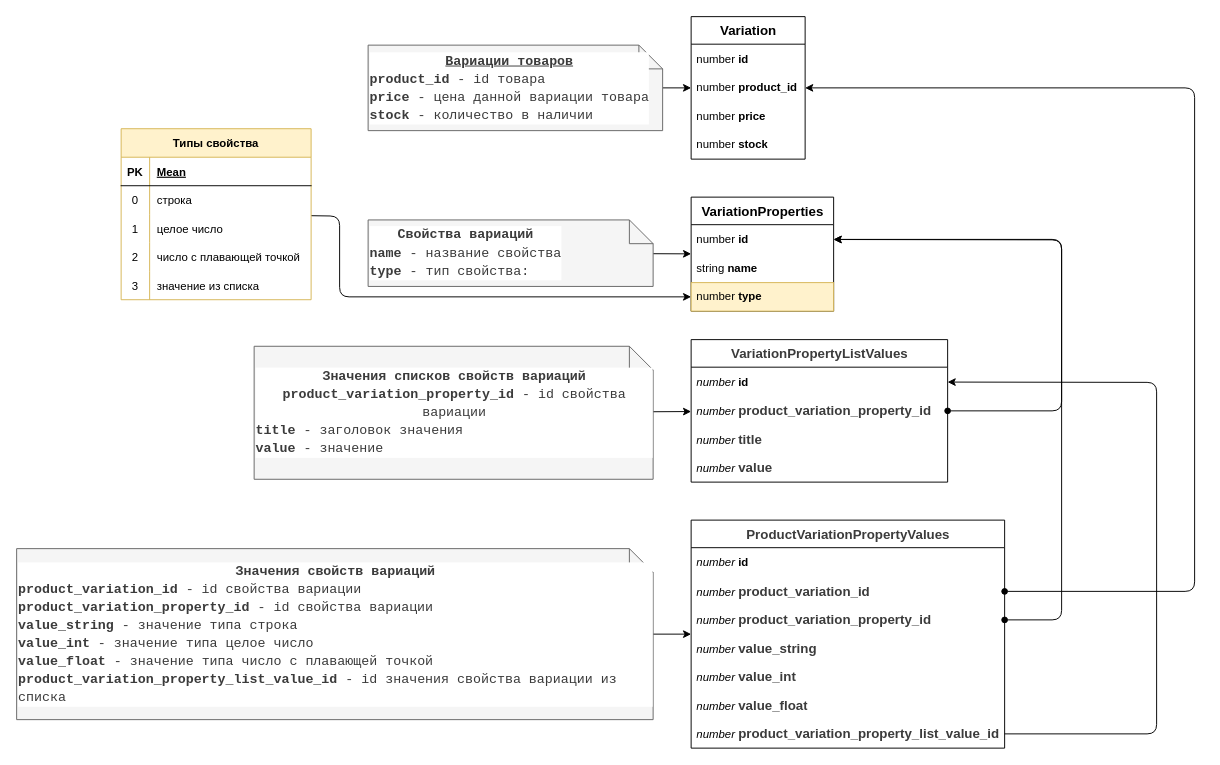
The draw.io diagram api.drawio in paveltretyakovru/test-r-orm, before the edit. Source tidied: cells renumbered, new cells numbered last; positions are measured from the earlier drawing's top-left corner, leaving out a move shared by most shapes. Both pictures are drawn from the tidied source at 95%, with x=0, y=0 at pixel (16, 16).
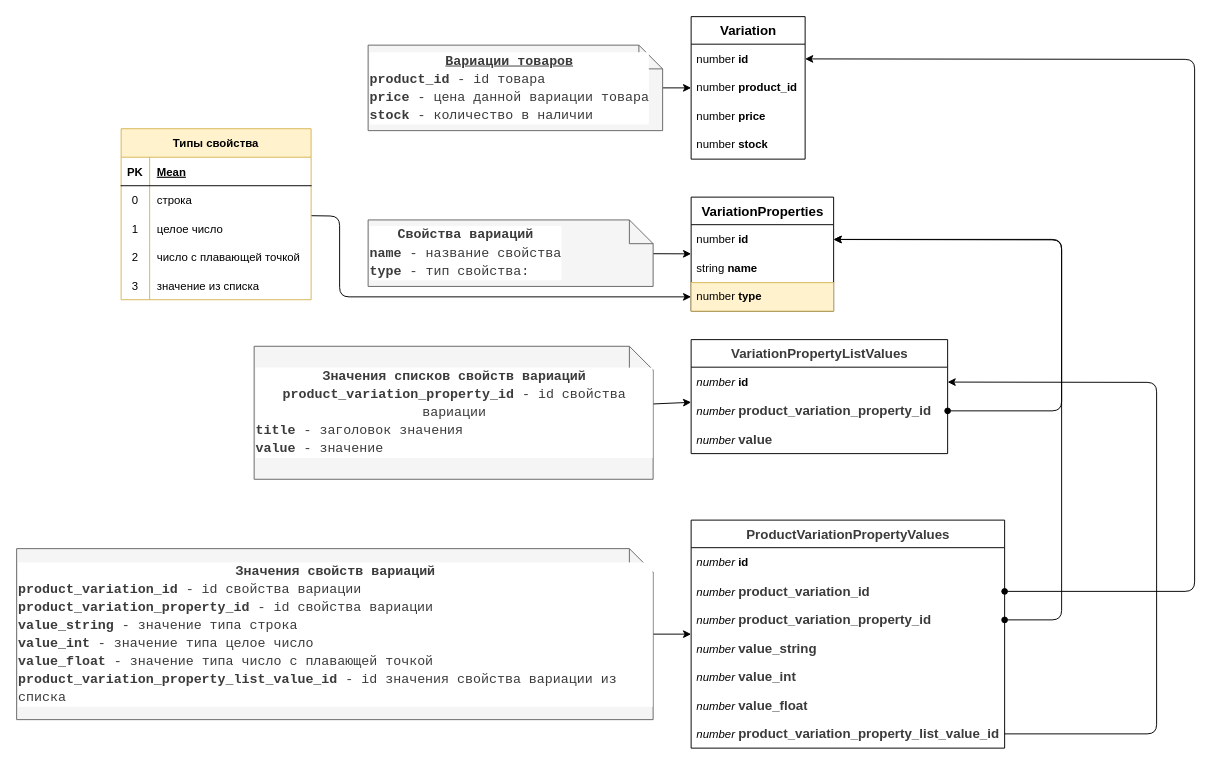
The same page after the edit.

Unchanged cells that the change refers to:
```xml
<mxCell id="3" value="number &lt;b&gt;id&lt;/b&gt;" style="text;html=1;strokeColor=none;fillColor=none;align=left;verticalAlign=middle;spacingLeft=4;spacingRight=4;overflow=hidden;points=[[0,0.5],[1,0.5]];portConstraint=eastwest;" parent="2" vertex="1">
  <mxGeometry y="29" width="120" height="31" as="geometry" />
</mxCell>
<mxCell id="4" value="number &lt;b&gt;product_id&lt;/b&gt;&lt;span style=&quot;background-color: initial;&quot;&gt;&lt;br&gt;&lt;/span&gt;" style="text;html=1;strokeColor=none;fillColor=none;align=left;verticalAlign=middle;spacingLeft=4;spacingRight=4;overflow=hidden;points=[[0,0.5],[1,0.5]];portConstraint=eastwest;" parent="2" vertex="1">
  <mxGeometry y="60" width="120" height="30" as="geometry" />
</mxCell>
<mxCell id="41" value="&lt;i&gt;number&amp;nbsp;&lt;/i&gt;&lt;span style=&quot;background-color: rgb(255, 255, 255); color: rgb(59, 59, 59); font-size: 14px;&quot;&gt;&lt;b&gt;product_variation_id&lt;/b&gt;&lt;/span&gt;" style="text;html=1;strokeColor=none;fillColor=none;align=left;verticalAlign=middle;spacingLeft=4;spacingRight=4;overflow=hidden;points=[[0,0.5],[1,0.5]];portConstraint=eastwest;fontFamily=Helvetica;" parent="39" vertex="1">
  <mxGeometry y="60" width="330" height="30" as="geometry" />
</mxCell>
```

Change to the diagram source:
```diff
@@
     <mxCell id="32" value="&lt;div style=&quot;color: rgb(59, 59, 59); background-color: rgb(255, 255, 255); font-size: 14px; line-height: 19px;&quot;&gt;VariationPropertyListValues&lt;/div&gt;" style="swimlane;fontStyle=1;align=center;verticalAlign=middle;horizontal=1;startSize=29;html=1;fontFamily=Helvetica;" parent="1" vertex="1">
-      <mxGeometry x="710" y="340" width="270" height="150" as="geometry" />
+      <mxGeometry x="710" y="340" width="270" height="120" as="geometry" />
     </mxCell>
@@
-    <mxCell id="35" value="&lt;i&gt;number&lt;/i&gt;&amp;nbsp;&lt;span style=&quot;background-color: rgb(255, 255, 255); color: rgb(59, 59, 59); font-size: 14px;&quot;&gt;&lt;b style=&quot;&quot;&gt;title&lt;/b&gt;&lt;/span&gt;" style="text;html=1;strokeColor=none;fillColor=none;align=left;verticalAlign=middle;spacingLeft=4;spacingRight=4;overflow=hidden;" parent="32" vertex="1">
-      <mxGeometry y="90" width="270" height="30" as="geometry" />
-    </mxCell>
     <mxCell id="36" value="&lt;i&gt;number&lt;/i&gt;&amp;nbsp;&lt;span style=&quot;background-color: rgb(255, 255, 255); color: rgb(59, 59, 59); font-size: 14px;&quot;&gt;&lt;b style=&quot;&quot;&gt;value&lt;/b&gt;&lt;/span&gt;" style="text;html=1;strokeColor=none;fillColor=none;align=left;verticalAlign=middle;spacingLeft=4;spacingRight=4;overflow=hidden;" parent="32" vertex="1">
-      <mxGeometry y="120" width="270" height="30" as="geometry" />
+      <mxGeometry y="90" width="270" height="30" as="geometry" />
     </mxCell>
@@
-    <mxCell id="50" style="edgeStyle=none;rounded=1;html=1;fontFamily=Helvetica;fontSize=14;startArrow=oval;startFill=1;" parent="1" edge="1" source="41" target="4">
+    <mxCell id="50" style="edgeStyle=none;rounded=1;html=1;fontFamily=Helvetica;fontSize=14;startArrow=oval;startFill=1;entryX=1;entryY=0.5;entryDx=0;entryDy=0;" parent="1" edge="1" source="41" target="3">
       <mxGeometry relative="1" as="geometry">
         <Array as="points">
           <mxPoint x="1240" y="605" />
-          <mxPoint x="1240" y="75" />
+          <mxPoint x="1240" y="45" />
         </Array>
       </mxGeometry>
     </mxCell>
```
